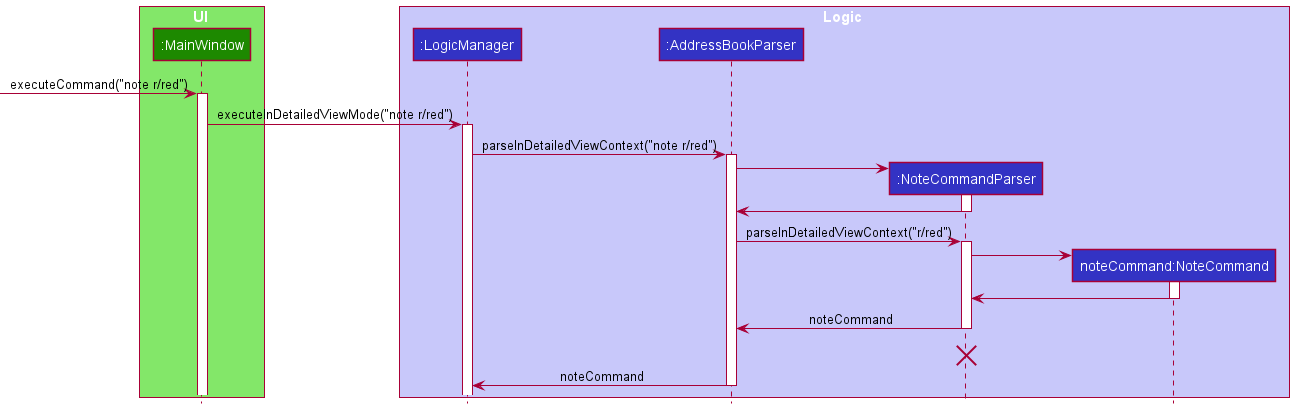
Earlier version of the PlantUML export docs/images/detailedview/DetailedViewExecutionState2.png (weijuey/tp).
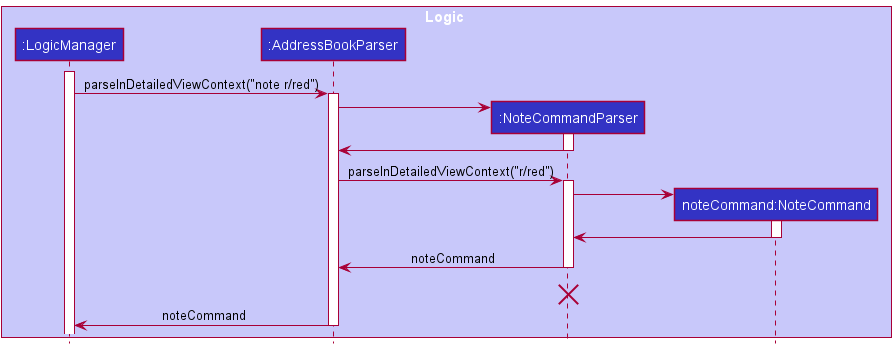
The same file after the commit.

Commit message:
Remove unnecessary detail from step 2 diagram

What changed in the source:
```diff
@@ -1,8 +1,5 @@
 @startuml
 !include ../style.puml
-
-Box UI UI_COLOR_T1
-participant ":MainWindow" as MainWindow UI_COLOR
 
 Box Logic LOGIC_COLOR_T1
 participant ":LogicManager" as LogicManager LOGIC_COLOR
@@ -11,10 +8,6 @@
 participant "noteCommand:NoteCommand" as NoteCommand LOGIC_COLOR
 end box
 
-[-> MainWindow : executeCommand("note r/red")
-activate MainWindow
-
-MainWindow -> LogicManager : executeInDetailedViewMode("note r/red")
 activate LogicManager
 
 LogicManager -> ABParser : parseInDetailedViewContext("note r/red")
```
